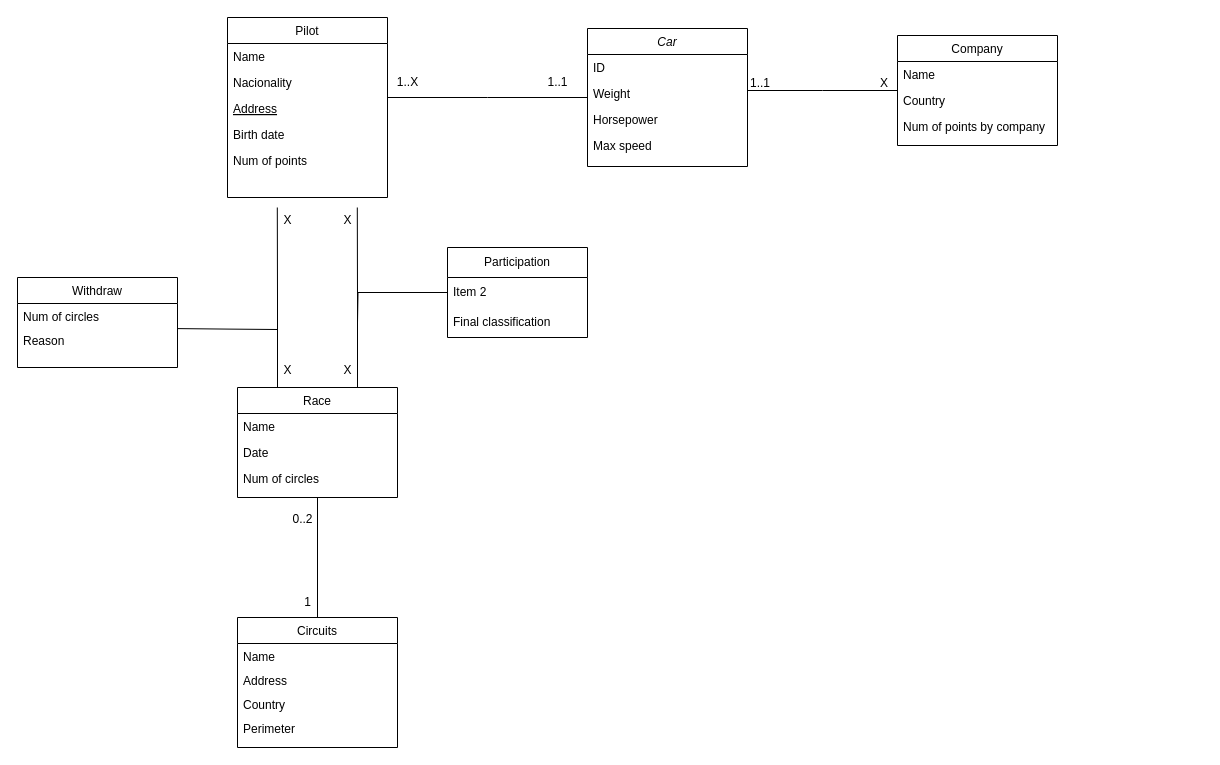
Above: Formula1.drawio in brito-bernardo/database-modeling (draw.io), before the change. Source tidied: cells renumbered, new cells numbered last; positions are measured from the earlier drawing's top-left corner, leaving out a move shared by most shapes. Both pictures are drawn from the tidied source at 100%, with x=0, y=0 at pixel (17, 17).
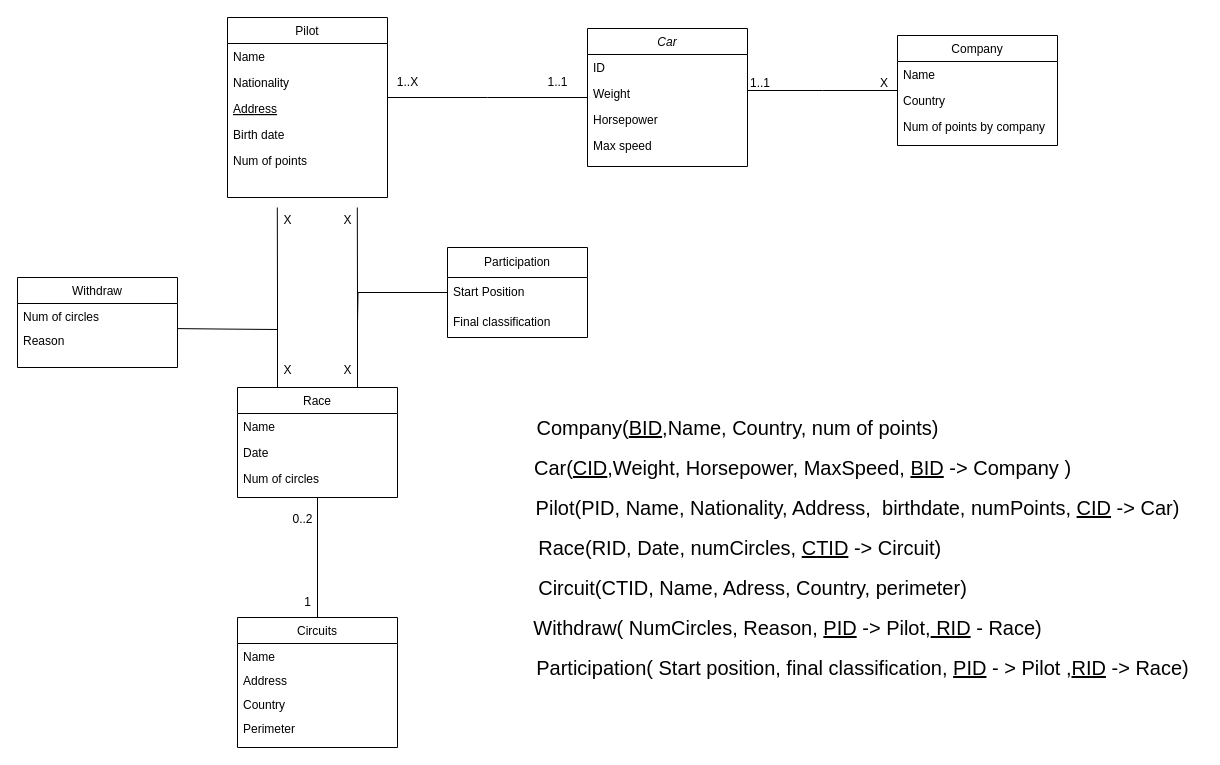
After the change.

The change refers to these unchanged cells:
```xml
<mxCell id="7" value="Pilot" style="swimlane;fontStyle=0;align=center;verticalAlign=top;horizontal=1;startSize=26;rounded=0;shadow=0;strokeWidth=1;" parent="1" vertex="1">
  <mxGeometry x="210" width="160" height="180" as="geometry" />
</mxCell>
<mxCell id="29" value="Participation" style="swimlane;fontStyle=0;horizontal=1;startSize=30;whiteSpace=wrap;html=1;" parent="1" vertex="1">
  <mxGeometry x="430" y="230" width="140" height="90" as="geometry" />
</mxCell>
```

The edit, as a diff of the source:
```diff
@@
-    <mxCell id="9" value="Nacionality" style="text;align=left;verticalAlign=top;spacingLeft=4;spacingRight=4;overflow=hidden;rounded=0;shadow=0;html=0;" parent="7" vertex="1">
+    <mxCell id="9" value="Nationality" style="text;align=left;verticalAlign=top;spacingLeft=4;spacingRight=4;overflow=hidden;rounded=0;shadow=0;html=0;" parent="7" vertex="1">
       <mxGeometry y="52" width="160" height="26" as="geometry" />
     </mxCell>
@@
-    <mxCell id="31" value="Item 2" style="text;strokeColor=none;fillColor=none;align=left;verticalAlign=middle;spacingLeft=4;spacingRight=4;overflow=hidden;points=[[0,0.5],[1,0.5]];portConstraint=eastwest;whiteSpace=wrap;html=1;" parent="29" vertex="1">
+    <mxCell id="31" value="Start Position" style="text;strokeColor=none;fillColor=none;align=left;verticalAlign=middle;spacingLeft=4;spacingRight=4;overflow=hidden;points=[[0,0.5],[1,0.5]];portConstraint=eastwest;whiteSpace=wrap;html=1;" parent="29" vertex="1">
       <mxGeometry y="30" width="140" height="30" as="geometry" />
     </mxCell>
@@
+    <mxCell id="49" value="&lt;font style=&quot;font-size: 20px;&quot;&gt;Company(&lt;u&gt;BID&lt;/u&gt;,Name, Country, num of points)&lt;/font&gt;" style="text;html=1;align=center;verticalAlign=middle;strokeColor=none;fillColor=none;" parent="1" vertex="1">
+      <mxGeometry x="505" y="390" width="430" height="40" as="geometry" />
+    </mxCell>
+    <mxCell id="50" value="&lt;font style=&quot;font-size: 20px;&quot;&gt;Car(&lt;u&gt;CID&lt;/u&gt;,Weight, Horsepower, MaxSpeed, &lt;u&gt;BID&lt;/u&gt;&amp;nbsp;-&amp;gt; Company&amp;nbsp;)&lt;/font&gt;" style="text;html=1;align=center;verticalAlign=middle;strokeColor=none;fillColor=none;" parent="1" vertex="1">
+      <mxGeometry x="505" y="430" width="560" height="40" as="geometry" />
+    </mxCell>
+    <mxCell id="51" value="Pilot(PID, Name, Nationality, Address,&amp;nbsp; birthdate, numPoints, &lt;u&gt;CID&lt;/u&gt;&amp;nbsp;-&amp;gt; Car)" style="text;html=1;align=center;verticalAlign=middle;strokeColor=none;fillColor=none;fontSize=20;" parent="1" vertex="1">
+      <mxGeometry x="505" y="470" width="670" height="40" as="geometry" />
+    </mxCell>
+    <mxCell id="52" value="Race(RID, Date, numCircles, &lt;u&gt;CTID&lt;/u&gt;&amp;nbsp;-&amp;gt; Circuit)&amp;nbsp;" style="text;html=1;align=center;verticalAlign=middle;strokeColor=none;fillColor=none;fontSize=20;" parent="1" vertex="1">
+      <mxGeometry x="510" y="510" width="430" height="40" as="geometry" />
+    </mxCell>
+    <mxCell id="53" value="&lt;font style=&quot;font-size: 20px;&quot;&gt;Circuit(CTID, Name, Adress, Country, perimeter)&lt;/font&gt;" style="text;html=1;align=center;verticalAlign=middle;strokeColor=none;fillColor=none;" parent="1" vertex="1">
+      <mxGeometry x="510" y="550" width="450" height="40" as="geometry" />
+    </mxCell>
+    <mxCell id="54" value="&lt;font style=&quot;font-size: 20px;&quot;&gt;Withdraw( NumCircles, Reason, &lt;u&gt;PID&lt;/u&gt;&amp;nbsp;-&amp;gt; Pilot,&lt;u&gt; RID&lt;/u&gt; - Race)&lt;/font&gt;" style="text;html=1;align=center;verticalAlign=middle;strokeColor=none;fillColor=none;" parent="1" vertex="1">
+      <mxGeometry x="505" y="590" width="530" height="40" as="geometry" />
+    </mxCell>
+    <mxCell id="55" value="Participation( Start position, final classification, &lt;u&gt;PID&lt;/u&gt;&amp;nbsp;- &amp;gt; Pilot ,&lt;u&gt;RID&lt;/u&gt;&amp;nbsp;-&amp;gt; Race)" style="text;html=1;align=center;verticalAlign=middle;strokeColor=none;fillColor=none;fontSize=20;" parent="1" vertex="1">
+      <mxGeometry x="505" y="630" width="680" height="40" as="geometry" />
+    </mxCell>
```
